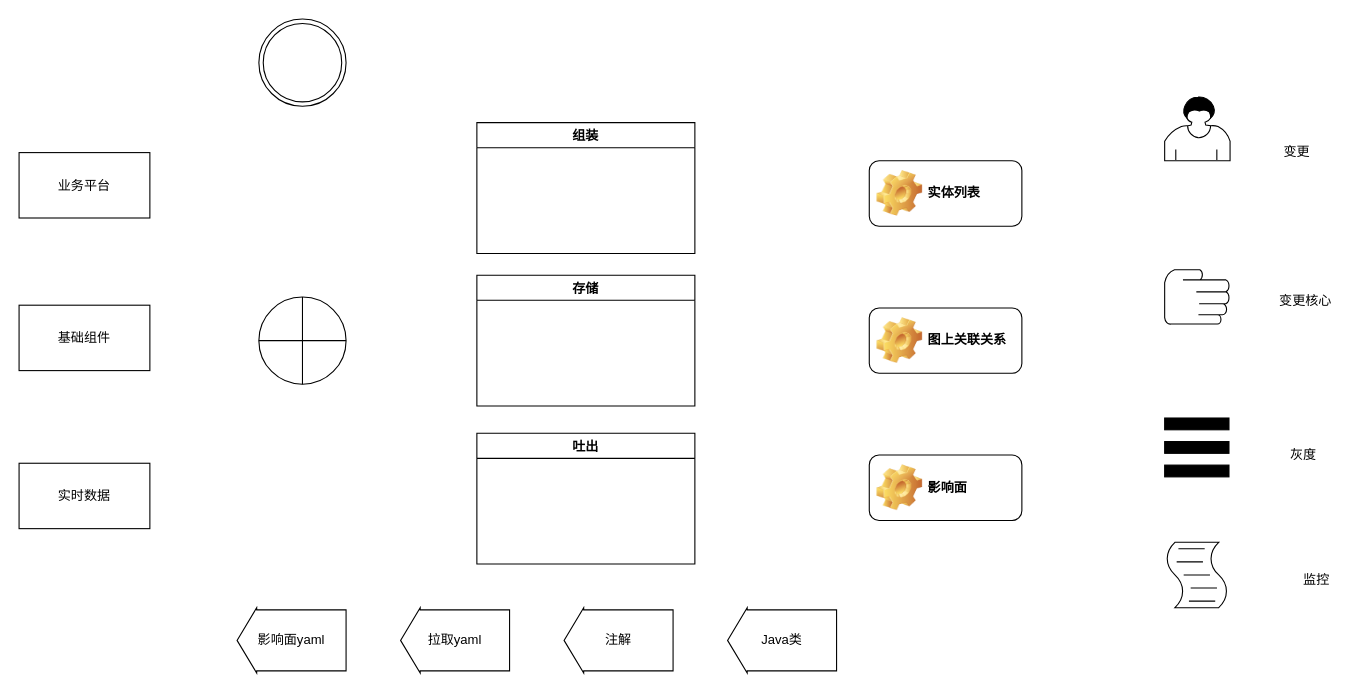
frankneu/draw.io keeps this draw.io diagram as 2020述职-架构.drawio. Above is the earlier version. Source tidied: cells renumbered, new cells numbered last; positions are measured from the earlier drawing's top-left corner, leaving out a move shared by most shapes. Both pictures are drawn from the tidied source at 109%, with x=0, y=0 at pixel (19, 19).
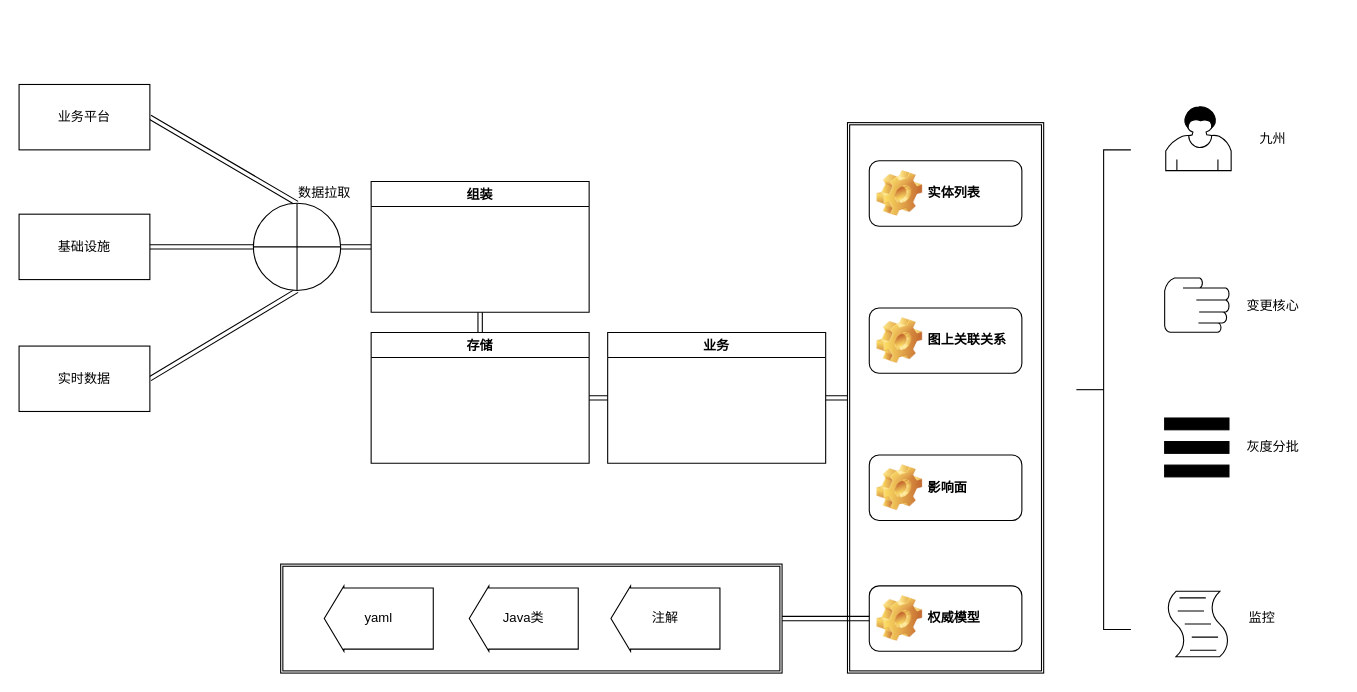
After the change.

The edit, as a diff of the source:
```diff
@@
+    <mxCell id="25" style="shape=ext;double=1;rounded=0;whiteSpace=wrap;html=1;" parent="1" vertex="1">
+      <mxGeometry x="240" y="500" width="460" height="100" as="geometry" />
+    </mxCell>
+    <mxCell id="26" style="shape=ext;double=1;rounded=0;whiteSpace=wrap;html=1;" parent="1" vertex="1">
+      <mxGeometry x="760" y="95" width="180" height="505" as="geometry" />
+    </mxCell>
+    <mxCell id="27" style="edgeStyle=none;shape=link;rounded=0;jettySize=auto;html=1;exitX=1;exitY=0.5;exitDx=0;exitDy=0;entryX=0.5;entryY=0;entryDx=0;entryDy=0;" parent="1" edge="1" source="2" target="5">
+      <mxGeometry relative="1" as="geometry" />
+    </mxCell>
     <mxCell id="2" value="业务平台" style="rounded=0;whiteSpace=wrap;html=1;" parent="1" vertex="1">
-      <mxGeometry y="122.5" width="120" height="60" as="geometry" />
+      <mxGeometry y="60" width="120" height="60" as="geometry" />
     </mxCell>
+    <mxCell id="28" style="edgeStyle=none;shape=link;rounded=0;jettySize=auto;html=1;exitX=1;exitY=0.5;exitDx=0;exitDy=0;entryX=0;entryY=0.5;entryDx=0;entryDy=0;" parent="1" edge="1" source="3" target="5">
+      <mxGeometry relative="1" as="geometry" />
+    </mxCell>
-    <mxCell id="3" value="基础组件" style="rounded=0;whiteSpace=wrap;html=1;" parent="1" vertex="1">
-      <mxGeometry y="262.5" width="120" height="60" as="geometry" />
+    <mxCell id="3" value="基础设施" style="rounded=0;whiteSpace=wrap;html=1;" parent="1" vertex="1">
+      <mxGeometry y="179" width="120" height="60" as="geometry" />
     </mxCell>
+    <mxCell id="29" style="edgeStyle=none;shape=link;rounded=0;jettySize=auto;html=1;exitX=1;exitY=0.5;exitDx=0;exitDy=0;entryX=0.5;entryY=1;entryDx=0;entryDy=0;" parent="1" edge="1" source="4" target="5">
+      <mxGeometry relative="1" as="geometry" />
+    </mxCell>
     <mxCell id="4" value="实时数据" style="rounded=0;whiteSpace=wrap;html=1;" parent="1" vertex="1">
-      <mxGeometry y="407.5" width="120" height="60" as="geometry" />
+      <mxGeometry y="300" width="120" height="60" as="geometry" />
     </mxCell>
+    <mxCell id="30" style="edgeStyle=none;shape=link;rounded=0;jettySize=auto;html=1;exitX=1;exitY=0.5;exitDx=0;exitDy=0;entryX=0;entryY=0.5;entryDx=0;entryDy=0;" parent="1" edge="1" source="5" target="7">
+      <mxGeometry relative="1" as="geometry" />
+    </mxCell>
     <mxCell id="5" style="shape=orEllipse;perimeter=ellipsePerimeter;whiteSpace=wrap;html=1;backgroundOutline=1;" parent="1" vertex="1">
-      <mxGeometry x="220" y="255" width="80" height="80" as="geometry" />
+      <mxGeometry x="215" y="169" width="80" height="80" as="geometry" />
     </mxCell>
-    <mxCell id="6" style="ellipse;shape=doubleEllipse;whiteSpace=wrap;html=1;" parent="1" vertex="1">
-      <mxGeometry x="220" width="80" height="80" as="geometry" />
-    </mxCell>
+    <mxCell id="31" style="edgeStyle=none;shape=link;rounded=0;jettySize=auto;html=1;exitX=0.5;exitY=1;exitDx=0;exitDy=0;entryX=0.5;entryY=0;entryDx=0;entryDy=0;" parent="1" edge="1" source="7" target="8">
+      <mxGeometry relative="1" as="geometry" />
+    </mxCell>
     <mxCell id="7" value="组装" style="swimlane;" parent="1" vertex="1">
-      <mxGeometry x="420" y="95" width="200" height="120" as="geometry" />
+      <mxGeometry x="323" y="149" width="200" height="120" as="geometry" />
     </mxCell>
+    <mxCell id="32" style="edgeStyle=none;shape=link;rounded=0;jettySize=auto;html=1;exitX=1;exitY=0.5;exitDx=0;exitDy=0;entryX=0;entryY=0.5;entryDx=0;entryDy=0;" parent="1" edge="1" source="8" target="9">
+      <mxGeometry relative="1" as="geometry" />
+    </mxCell>
     <mxCell id="8" value="存储" style="swimlane;" parent="1" vertex="1">
-      <mxGeometry x="420" y="235" width="200" height="120" as="geometry" />
+      <mxGeometry x="323" y="287.5" width="200" height="120" as="geometry" />
     </mxCell>
+    <mxCell id="33" style="edgeStyle=none;shape=link;rounded=0;jettySize=auto;html=1;exitX=1;exitY=0.5;exitDx=0;exitDy=0;entryX=0;entryY=0.5;entryDx=0;entryDy=0;" parent="1" edge="1" source="9" target="26">
+      <mxGeometry relative="1" as="geometry" />
+    </mxCell>
-    <mxCell id="9" value="吐出" style="swimlane;" parent="1" vertex="1">
-      <mxGeometry x="420" y="380" width="200" height="120" as="geometry" />
+    <mxCell id="9" value="业务" style="swimlane;" parent="1" vertex="1">
+      <mxGeometry x="540" y="287.5" width="200" height="120" as="geometry" />
     </mxCell>
@@
-    <mxCell id="13" value="影响面yaml" style="shape=singleArrow;direction=west;whiteSpace=wrap;html=1;arrowWidth=0.9333333333333333;arrowSize=0.18;" parent="1" vertex="1">
-      <mxGeometry x="200" y="540" width="100" height="60" as="geometry" />
+    <mxCell id="13" value="yaml" style="shape=singleArrow;direction=west;whiteSpace=wrap;html=1;arrowWidth=0.9333333333333333;arrowSize=0.18;" parent="1" vertex="1">
+      <mxGeometry x="280" y="520" width="100" height="60" as="geometry" />
     </mxCell>
-    <mxCell id="14" value="拉取yaml" style="shape=singleArrow;direction=west;whiteSpace=wrap;html=1;arrowWidth=0.9333333333333333;arrowSize=0.18;" parent="1" vertex="1">
-      <mxGeometry x="350" y="540" width="100" height="60" as="geometry" />
+    <mxCell id="14" value="Java类" style="shape=singleArrow;direction=west;whiteSpace=wrap;html=1;arrowWidth=0.9333333333333333;arrowSize=0.18;" parent="1" vertex="1">
+      <mxGeometry x="413" y="520" width="100" height="60" as="geometry" />
     </mxCell>
     <mxCell id="15" value="注解" style="shape=singleArrow;direction=west;whiteSpace=wrap;html=1;arrowWidth=0.9333333333333333;arrowSize=0.18;" parent="1" vertex="1">
-      <mxGeometry x="500" y="540" width="100" height="60" as="geometry" />
+      <mxGeometry x="543" y="520" width="100" height="60" as="geometry" />
     </mxCell>
-    <mxCell id="16" value="Java类" style="shape=singleArrow;direction=west;whiteSpace=wrap;html=1;arrowWidth=0.9333333333333333;arrowSize=0.18;" parent="1" vertex="1">
-      <mxGeometry x="650" y="540" width="100" height="60" as="geometry" />
-    </mxCell>
     <mxCell id="17" style="shape=mxgraph.bpmn.user_task;html=1;" parent="1" vertex="1">
-      <mxGeometry x="1051" y="71" width="60" height="59" as="geometry" />
+      <mxGeometry x="1052" y="80" width="60" height="59" as="geometry" />
     </mxCell>
     <mxCell id="18" style="shape=mxgraph.bpmn.manual_task;html=1;" parent="1" vertex="1">
-      <mxGeometry x="1051" y="230" width="59" height="50" as="geometry" />
+      <mxGeometry x="1051" y="237.5" width="59" height="50" as="geometry" />
     </mxCell>
@@
     <mxCell id="20" style="shape=mxgraph.bpmn.script_task;html=1;" parent="1" vertex="1">
-      <mxGeometry x="1051" y="480" width="59" height="60" as="geometry" />
+      <mxGeometry x="1052" y="525" width="59" height="60" as="geometry" />
     </mxCell>
-    <mxCell id="21" value="变更" style="text;html=1;align=center;verticalAlign=middle;" parent="1" vertex="1">
-      <mxGeometry x="1152" y="112" width="40" height="20" as="geometry" />
+    <mxCell id="21" value="九州" style="text;html=1;align=center;verticalAlign=middle;" parent="1" vertex="1">
+      <mxGeometry x="1130" y="100" width="40" height="20" as="geometry" />
     </mxCell>
     <mxCell id="22" value="变更核心" style="text;html=1;align=center;verticalAlign=middle;" parent="1" vertex="1">
-      <mxGeometry x="1150" y="249" width="60" height="20" as="geometry" />
+      <mxGeometry x="1120" y="252.5" width="60" height="20" as="geometry" />
     </mxCell>
-    <mxCell id="23" value="灰度" style="text;html=1;align=center;verticalAlign=middle;" parent="1" vertex="1">
-      <mxGeometry x="1158" y="390" width="40" height="20" as="geometry" />
+    <mxCell id="23" value="灰度分批" style="text;html=1;align=center;verticalAlign=middle;" parent="1" vertex="1">
+      <mxGeometry x="1120" y="383" width="60" height="20" as="geometry" />
     </mxCell>
     <mxCell id="24" value="监控" style="text;html=1;align=center;verticalAlign=middle;" parent="1" vertex="1">
-      <mxGeometry x="1170" y="505" width="40" height="20" as="geometry" />
+      <mxGeometry x="1120" y="540" width="40" height="20" as="geometry" />
     </mxCell>
+    <mxCell id="34" value="数据拉取" style="text;html=1;align=center;verticalAlign=middle;" parent="1" vertex="1">
+      <mxGeometry x="250" y="150" width="60" height="20" as="geometry" />
+    </mxCell>
+    <mxCell id="35" value="权威模型" style="label;whiteSpace=wrap;html=1;image=img/clipart/Gear_128x128.png;" parent="1" vertex="1">
+      <mxGeometry x="780" y="520" width="140" height="60" as="geometry" />
+    </mxCell>
+    <mxCell id="36" style="html=1;shape=mxgraph.flowchart.annotation_2;align=left;labelPosition=right;" parent="1" vertex="1">
+      <mxGeometry x="970" y="120" width="50" height="440" as="geometry" />
+    </mxCell>
+    <mxCell id="37" style="edgeStyle=none;shape=link;rounded=0;jettySize=auto;html=1;exitX=1;exitY=0.5;exitDx=0;exitDy=0;entryX=0;entryY=0.5;entryDx=0;entryDy=0;" parent="1" edge="1" source="25" target="35">
+      <mxGeometry relative="1" as="geometry" />
+    </mxCell>
```
